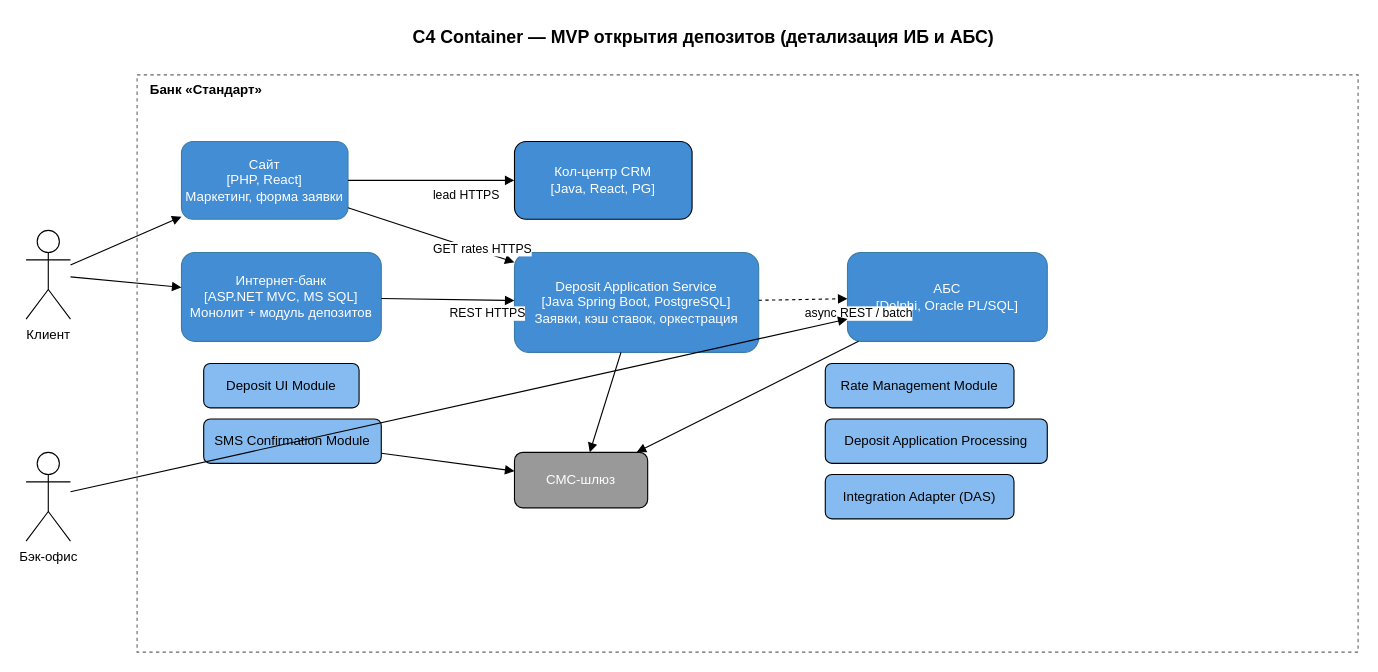
This is Task3/c4_container_deposit.drawio from Rainbow42/architecture-pro-standart, a draw.io file, before an edit. Source tidied: cells renumbered, new cells numbered last; positions are measured from the earlier drawing's top-left corner, leaving out a move shared by most shapes. Both pictures are drawn from the tidied source at 111%, with x=0, y=0 at pixel (26, 19).
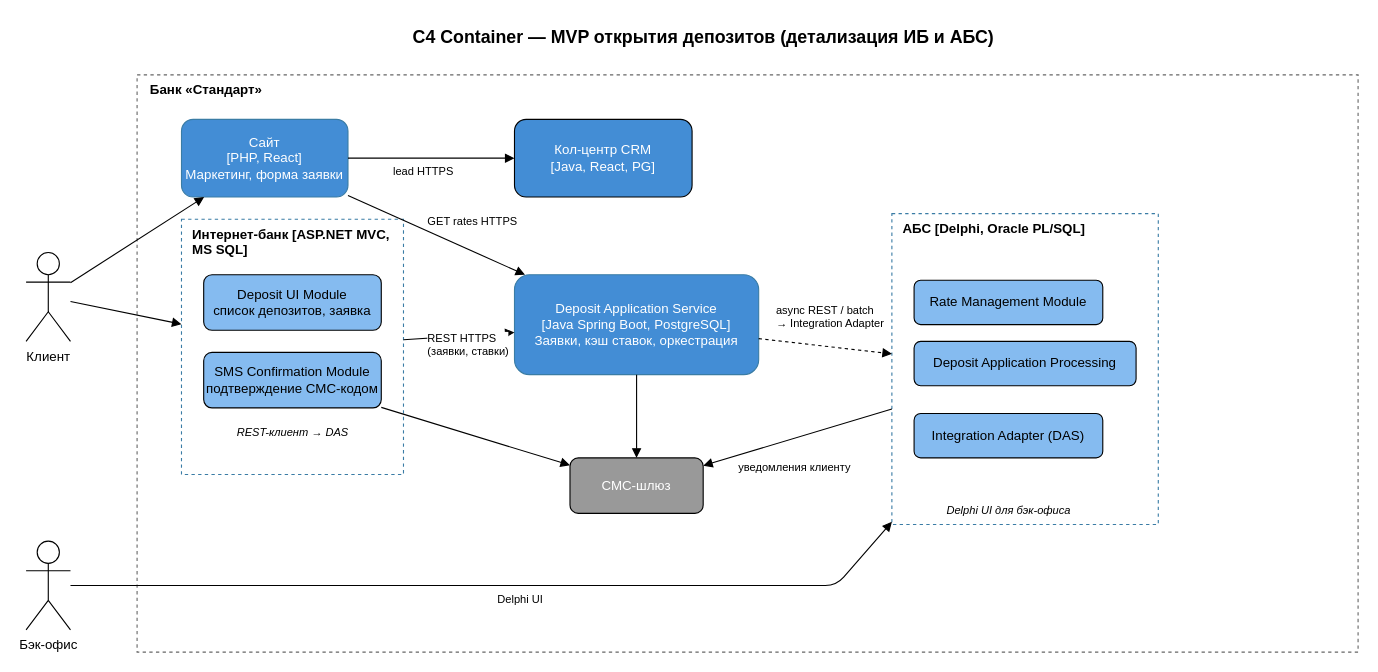
After the change.

Unchanged cells that the change refers to:
```xml
<mxCell id="19" style="html=1;endArrow=block;" parent="1" edge="1" source="6" target="10">
  <mxGeometry relative="1" as="geometry" />
</mxCell>
<mxCell id="21" style="html=1;endArrow=block;" parent="1" edge="1" source="6" target="15">
  <mxGeometry relative="1" as="geometry" />
</mxCell>
<mxCell id="25" style="html=1;endArrow=block;dashed=1;" parent="1" edge="1" source="10" target="11">
  <mxGeometry relative="1" as="geometry" />
</mxCell>
<mxCell id="30" style="html=1;endArrow=block;" parent="1" edge="1" source="11" target="16">
  <mxGeometry relative="1" as="geometry" />
</mxCell>
```

Change to the diagram source:
```diff
@@
     <mxCell id="3" value="Клиент" style="shape=umlActor;verticalLabelPosition=bottom;verticalAlign=top;html=1;" parent="1" vertex="1">
-      <mxGeometry y="190" width="40" height="80" as="geometry" />
+      <mxGeometry y="210" width="40" height="80" as="geometry" />
     </mxCell>
     <mxCell id="4" value="Бэк-офис" style="shape=umlActor;verticalLabelPosition=bottom;verticalAlign=top;html=1;" parent="1" vertex="1">
-      <mxGeometry y="390" width="40" height="80" as="geometry" />
+      <mxGeometry y="470" width="40" height="80" as="geometry" />
     </mxCell>
@@
     <mxCell id="6" value="Сайт&#10;[PHP, React]&#10;Маркетинг, форма заявки" style="rounded=1;whiteSpace=wrap;html=1;fillColor=#438DD5;fontColor=#fff;strokeColor=#3A7CA5;" parent="1" vertex="1">
-      <mxGeometry x="140" y="110" width="150" height="70" as="geometry" />
+      <mxGeometry x="140" y="90" width="150" height="70" as="geometry" />
     </mxCell>
-    <mxCell id="7" value="Интернет-банк&#10;[ASP.NET MVC, MS SQL]&#10;Монолит + модуль депозитов" style="rounded=1;whiteSpace=wrap;html=1;fillColor=#438DD5;fontColor=#fff;strokeColor=#3A7CA5;" parent="1" vertex="1">
-      <mxGeometry x="140" y="210" width="180" height="80" as="geometry" />
-    </mxCell>
+    <mxCell id="15" value="Кол-центр CRM&#10;[Java, React, PG]" style="rounded=1;whiteSpace=wrap;html=1;fillColor=#438DD5;fontColor=#fff;" parent="1" vertex="1">
+      <mxGeometry x="440" y="90" width="160" height="70" as="geometry" />
+    </mxCell>
+    <mxCell id="31" value="Интернет-банк [ASP.NET MVC, MS SQL]" style="rounded=0;whiteSpace=wrap;html=1;fillColor=none;strokeColor=#3A7CA5;dashed=1;verticalAlign=top;align=left;spacingLeft=8;fontStyle=1;" parent="1" vertex="1">
+      <mxGeometry x="140" y="180" width="200" height="230" as="geometry" />
+    </mxCell>
-    <mxCell id="8" value="Deposit UI Module" style="rounded=1;whiteSpace=wrap;html=1;fillColor=#85BBF0;fontColor=#000;" parent="1" vertex="1">
-      <mxGeometry x="160" y="310" width="140" height="40" as="geometry" />
+    <mxCell id="8" value="Deposit UI Module&#10;список депозитов, заявка" style="rounded=1;whiteSpace=wrap;html=1;fillColor=#85BBF0;fontColor=#000;" parent="1" vertex="1">
+      <mxGeometry x="160" y="230" width="160" height="50" as="geometry" />
     </mxCell>
-    <mxCell id="9" value="SMS Confirmation Module" style="rounded=1;whiteSpace=wrap;html=1;fillColor=#85BBF0;fontColor=#000;" parent="1" vertex="1">
-      <mxGeometry x="160" y="360" width="160" height="40" as="geometry" />
+    <mxCell id="9" value="SMS Confirmation Module&#10;подтверждение СМС-кодом" style="rounded=1;whiteSpace=wrap;html=1;fillColor=#85BBF0;fontColor=#000;" parent="1" vertex="1">
+      <mxGeometry x="160" y="300" width="160" height="50" as="geometry" />
     </mxCell>
+    <mxCell id="32" value="REST-клиент → DAS" style="text;html=1;strokeColor=none;fillColor=none;align=center;fontSize=10;fontStyle=2;" parent="1" vertex="1">
+      <mxGeometry x="160" y="360" width="160" height="30" as="geometry" />
+    </mxCell>
     <mxCell id="10" value="Deposit Application Service&#10;[Java Spring Boot, PostgreSQL]&#10;Заявки, кэш ставок, оркестрация" style="rounded=1;whiteSpace=wrap;html=1;fillColor=#438DD5;fontColor=#fff;strokeColor=#3A7CA5;" parent="1" vertex="1">
-      <mxGeometry x="440" y="210" width="220" height="90" as="geometry" />
+      <mxGeometry x="440" y="230" width="220" height="90" as="geometry" />
     </mxCell>
-    <mxCell id="11" value="АБС&#10;[Delphi, Oracle PL/SQL]" style="rounded=1;whiteSpace=wrap;html=1;fillColor=#438DD5;fontColor=#fff;strokeColor=#3A7CA5;" parent="1" vertex="1">
-      <mxGeometry x="740" y="210" width="180" height="80" as="geometry" />
+    <mxCell id="11" value="АБС [Delphi, Oracle PL/SQL]" style="rounded=0;whiteSpace=wrap;html=1;fillColor=none;strokeColor=#3A7CA5;dashed=1;verticalAlign=top;align=left;spacingLeft=8;fontStyle=1;" parent="1" vertex="1">
+      <mxGeometry x="780" y="175" width="240" height="280" as="geometry" />
     </mxCell>
-    <mxCell id="12" value="Rate Management Module" style="rounded=1;whiteSpace=wrap;html=1;fillColor=#85BBF0;fontColor=#000;" parent="1" vertex="1">
-      <mxGeometry x="720" y="310" width="170" height="40" as="geometry" />
-    </mxCell>
     <mxCell id="13" value="Deposit Application Processing" style="rounded=1;whiteSpace=wrap;html=1;fillColor=#85BBF0;fontColor=#000;" parent="1" vertex="1">
-      <mxGeometry x="720" y="360" width="200" height="40" as="geometry" />
+      <mxGeometry x="800" y="290" width="200" height="40" as="geometry" />
     </mxCell>
     <mxCell id="14" value="Integration Adapter (DAS)" style="rounded=1;whiteSpace=wrap;html=1;fillColor=#85BBF0;fontColor=#000;" parent="1" vertex="1">
-      <mxGeometry x="720" y="410" width="170" height="40" as="geometry" />
+      <mxGeometry x="800" y="355" width="170" height="40" as="geometry" />
     </mxCell>
-    <mxCell id="15" value="Кол-центр CRM&#10;[Java, React, PG]" style="rounded=1;whiteSpace=wrap;html=1;fillColor=#438DD5;fontColor=#fff;" parent="1" vertex="1">
-      <mxGeometry x="440" y="110" width="160" height="70" as="geometry" />
-    </mxCell>
     <mxCell id="16" value="СМС-шлюз" style="rounded=1;whiteSpace=wrap;html=1;fillColor=#999999;fontColor=#fff;" parent="1" vertex="1">
-      <mxGeometry x="440" y="390" width="120" height="50" as="geometry" />
+      <mxGeometry x="490" y="395" width="120" height="50" as="geometry" />
     </mxCell>
@@
-    <mxCell id="18" style="html=1;endArrow=block;" parent="1" edge="1" source="3" target="7">
+    <mxCell id="18" style="html=1;endArrow=block;" parent="1" edge="1" source="3" target="31">
       <mxGeometry relative="1" as="geometry" />
     </mxCell>
@@
-    <mxCell id="20" value="GET rates HTTPS" style="edgeLabel;html=1;" parent="19" vertex="1">
-      <mxGeometry relative="1" as="geometry" />
+    <mxCell id="20" value="GET rates HTTPS" style="edgeLabel;html=1;fontSize=10;" parent="19" vertex="1">
+      <mxGeometry relative="1" as="geometry">
+        <mxPoint x="-9" y="-24" as="offset" />
+      </mxGeometry>
     </mxCell>
@@
-    <mxCell id="22" value="lead HTTPS" style="edgeLabel;html=1;" parent="21" vertex="1">
-      <mxGeometry relative="1" as="geometry" />
+    <mxCell id="22" value="lead HTTPS" style="edgeLabel;html=1;fontSize=10;" parent="21" vertex="1">
+      <mxGeometry relative="1" as="geometry">
+        <mxPoint x="-36" as="offset" />
+      </mxGeometry>
     </mxCell>
-    <mxCell id="23" style="html=1;endArrow=block;" parent="1" edge="1" source="7" target="10">
+    <mxCell id="23" style="html=1;endArrow=block;" parent="1" edge="1" source="31" target="10">
       <mxGeometry relative="1" as="geometry" />
     </mxCell>
-    <mxCell id="24" value="REST HTTPS" style="edgeLabel;html=1;" parent="23" vertex="1">
-      <mxGeometry relative="1" as="geometry" />
+    <mxCell id="24" value="REST HTTPS&#10;(заявки, ставки)" style="edgeLabel;html=1;fontSize=10;" parent="23" vertex="1">
+      <mxGeometry relative="1" as="geometry">
+        <mxPoint x="-30" y="-10" as="offset" />
+      </mxGeometry>
     </mxCell>
@@
-    <mxCell id="26" value="async REST / batch" style="edgeLabel;html=1;" parent="25" vertex="1">
-      <mxGeometry relative="1" as="geometry" />
+    <mxCell id="26" value="async REST / batch&#10;→ Integration Adapter" style="edgeLabel;html=1;fontSize=10;" parent="25" vertex="1">
+      <mxGeometry relative="1" as="geometry">
+        <mxPoint x="-46" y="-44" as="offset" />
+      </mxGeometry>
     </mxCell>
     <mxCell id="27" style="html=1;endArrow=block;" parent="1" edge="1" source="4" target="11">
-      <mxGeometry relative="1" as="geometry" />
+      <mxGeometry relative="1" as="geometry">
+        <Array as="points">
+          <mxPoint x="730" y="510" />
+        </Array>
+      </mxGeometry>
     </mxCell>
+    <mxCell id="33" value="Delphi UI" style="edgeLabel;html=1;fontSize=10;" parent="27" vertex="1">
+      <mxGeometry relative="1" as="geometry" />
+    </mxCell>
@@
+    <mxCell id="34" value="уведомления клиенту" style="edgeLabel;html=1;fontSize=10;" parent="30" vertex="1">
+      <mxGeometry relative="1" as="geometry">
+        <mxPoint x="-55" y="14" as="offset" />
+      </mxGeometry>
+    </mxCell>
+    <mxCell id="12" value="Rate Management Module" style="rounded=1;whiteSpace=wrap;html=1;fillColor=#85BBF0;fontColor=#000;" parent="1" vertex="1">
+      <mxGeometry x="800" y="235" width="170" height="40" as="geometry" />
+    </mxCell>
+    <mxCell id="35" value="Delphi UI для бэк-офиса" style="text;html=1;strokeColor=none;fillColor=none;align=center;fontSize=10;fontStyle=2;" parent="1" vertex="1">
+      <mxGeometry x="795" y="430" width="180" height="25" as="geometry" />
+    </mxCell>
```
